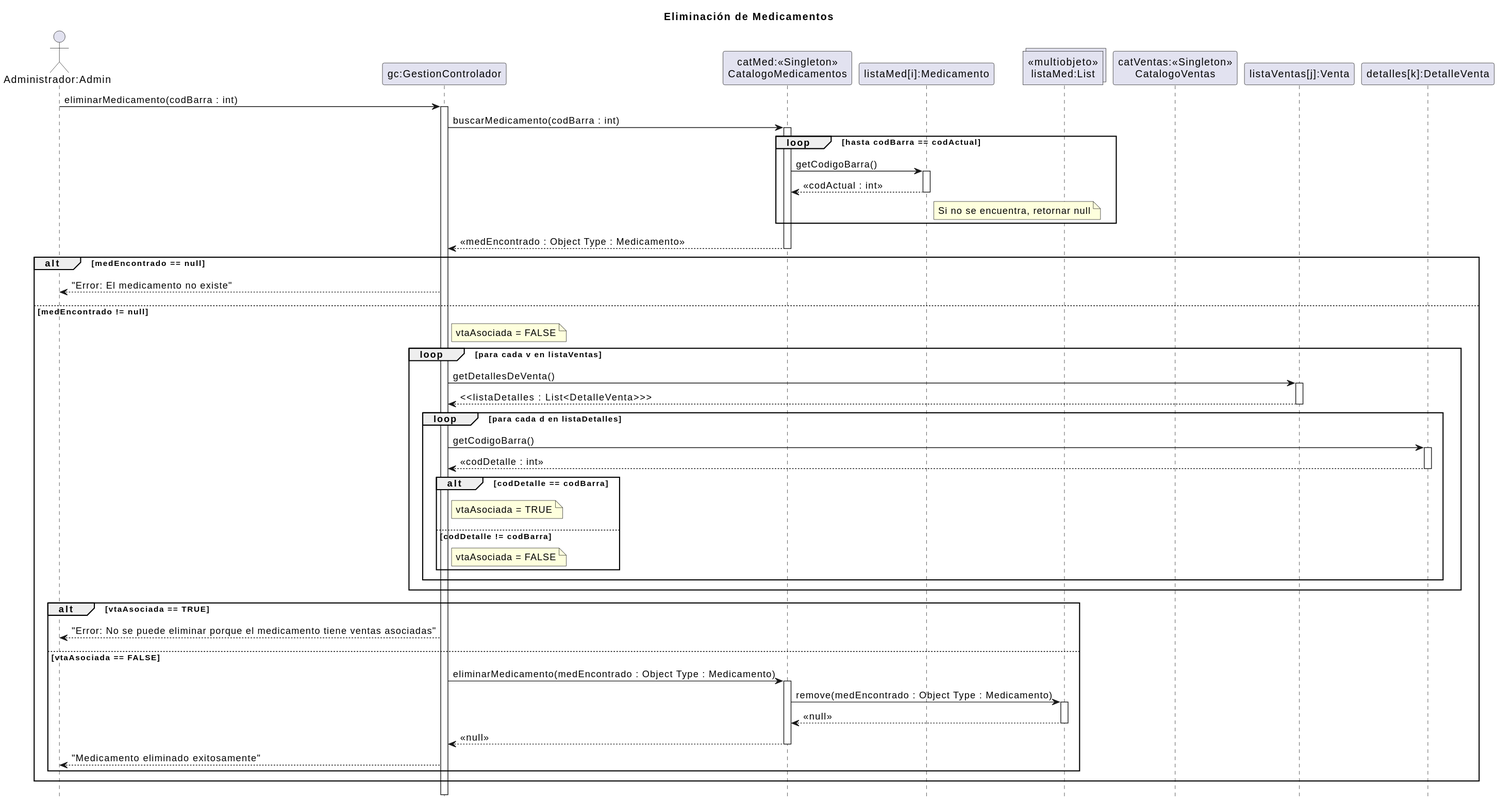
Earlier version of the PlantUML export 08 - Diagramas de Secuencia de Diseño/EliminaciondeMedicamento/EliminacionMedicamentos.svg (zEzequR/PF-I).
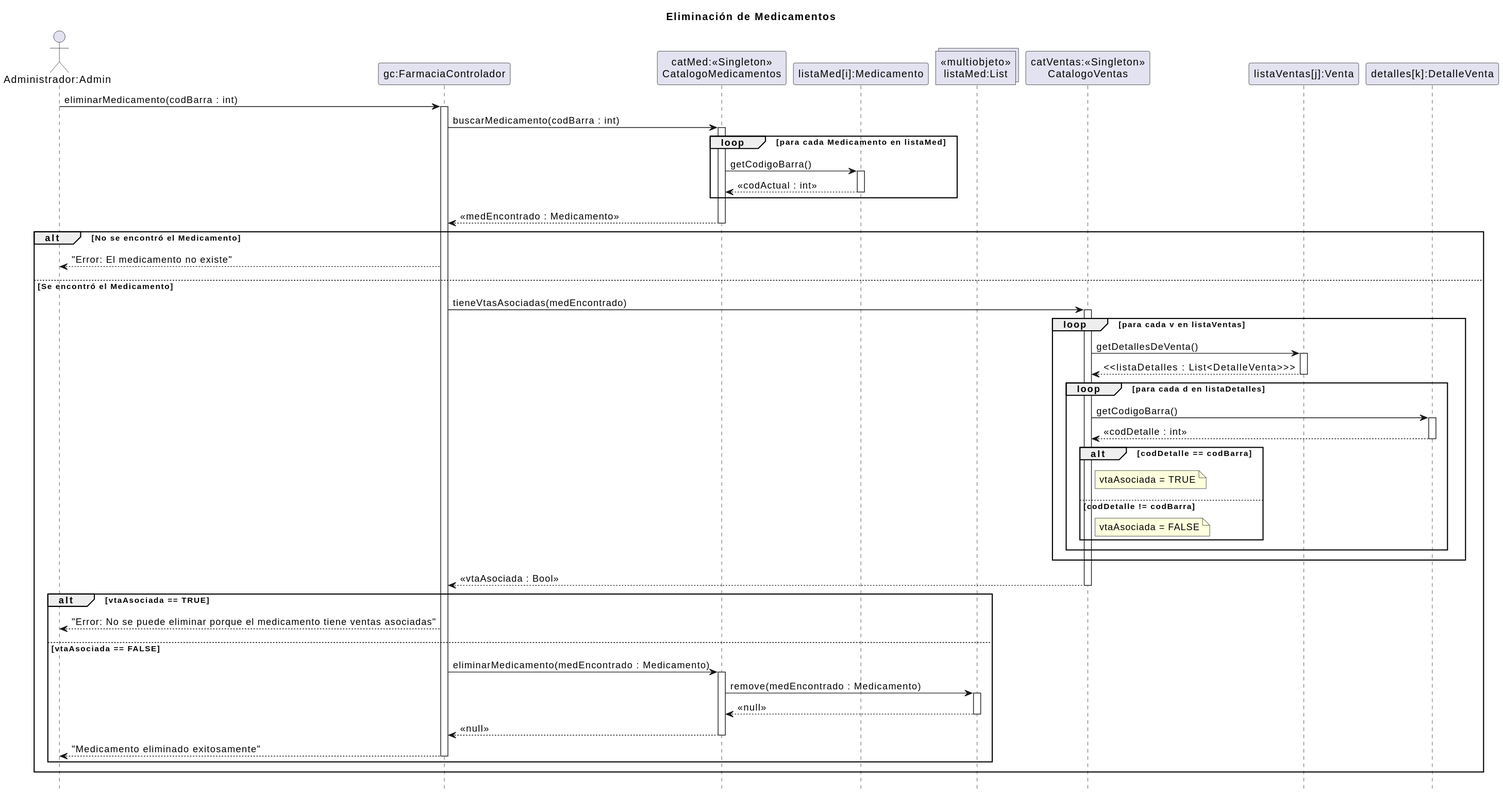
After the commit.

Change to the diagram source:
```diff
@@ -4,7 +4,7 @@
 title Eliminación de Medicamentos
 
 actor "Administrador:Admin" as admin
-participant "gc:GestionControlador" as gc
+participant "gc:FarmaciaControlador" as gc
 participant "catMed:<<Singleton>>\nCatalogoMedicamentos" as catMed
 participant "listaMed[i]:Medicamento" as arrayMed
 collections "<<multiobjeto>>\nlistaMed:List" as lista_med
@@ -18,55 +18,53 @@
 gc -> catMed : buscarMedicamento(codBarra : int)
 activate catMed
 
-loop hasta codBarra == codActual
+loop para cada Medicamento en listaMed
     catMed -> arrayMed : getCodigoBarra()
     activate arrayMed
     arrayMed --> catMed : <<codActual : int>>
 
-    note right of arrayMed : Si no se encuentra, retornar null
-
     deactivate arrayMed
 end
 
-catMed --> gc : <<medEncontrado : Object Type : Medicamento>>
+catMed --> gc : <<medEncontrado : Medicamento>>
 deactivate catMed
 
 
-alt medEncontrado == null
+alt No se encontró el Medicamento
 
     gc --> admin : "Error: El medicamento no existe"
 
-else medEncontrado != null
+else Se encontró el Medicamento
 
-    note right of gc
-        vtaAsociada = FALSE
-    end note
+    gc -> catVentas : tieneVtasAsociadas(medEncontrado)
+    activate catVentas
 
     loop para cada v en listaVentas
 
-        gc -> arrayVentas : getDetallesDeVenta()
+        catVentas -> arrayVentas : getDetallesDeVenta()
         activate arrayVentas
-        arrayVentas --> gc : <<listaDetalles : List<DetalleVenta>>>
+        arrayVentas --> catVentas : <<listaDetalles : List<DetalleVenta>>>
         deactivate arrayVentas
 
         loop para cada d en listaDetalles
-            gc -> arrayDetalles : getCodigoBarra()
+            catVentas -> arrayDetalles : getCodigoBarra()
             activate arrayDetalles
-            arrayDetalles --> gc : <<codDetalle : int>>
+            arrayDetalles --> catVentas : <<codDetalle : int>>
             deactivate arrayDetalles
 
             alt codDetalle == codBarra
-                note right of gc
+                note right of catVentas
                     vtaAsociada = TRUE
                 end note
             else codDetalle != codBarra
-                note right of gc
+                note right of catVentas
                     vtaAsociada = FALSE
                 end note
             end
-
         end
     end
+    catVentas --> gc : << vtaAsociada : Bool >>
+    deactivate catVentas
 
     alt vtaAsociada == TRUE
 
@@ -74,10 +72,10 @@
 
     else vtaAsociada == FALSE
 
-        gc -> catMed : eliminarMedicamento(medEncontrado : Object Type : Medicamento)
+        gc -> catMed : eliminarMedicamento(medEncontrado : Medicamento)
         activate catMed
 
-        catMed -> lista_med : remove(medEncontrado : Object Type : Medicamento)
+        catMed -> lista_med : remove(medEncontrado : Medicamento)
         activate lista_med
         lista_med --> catMed : <<null>>
         deactivate lista_med
@@ -86,10 +84,9 @@
         deactivate catMed
 
         gc --> admin : "Medicamento eliminado exitosamente"
+        deactivate gc
 
     end
 
 end
-
-deactivate gc
 @enduml
```
